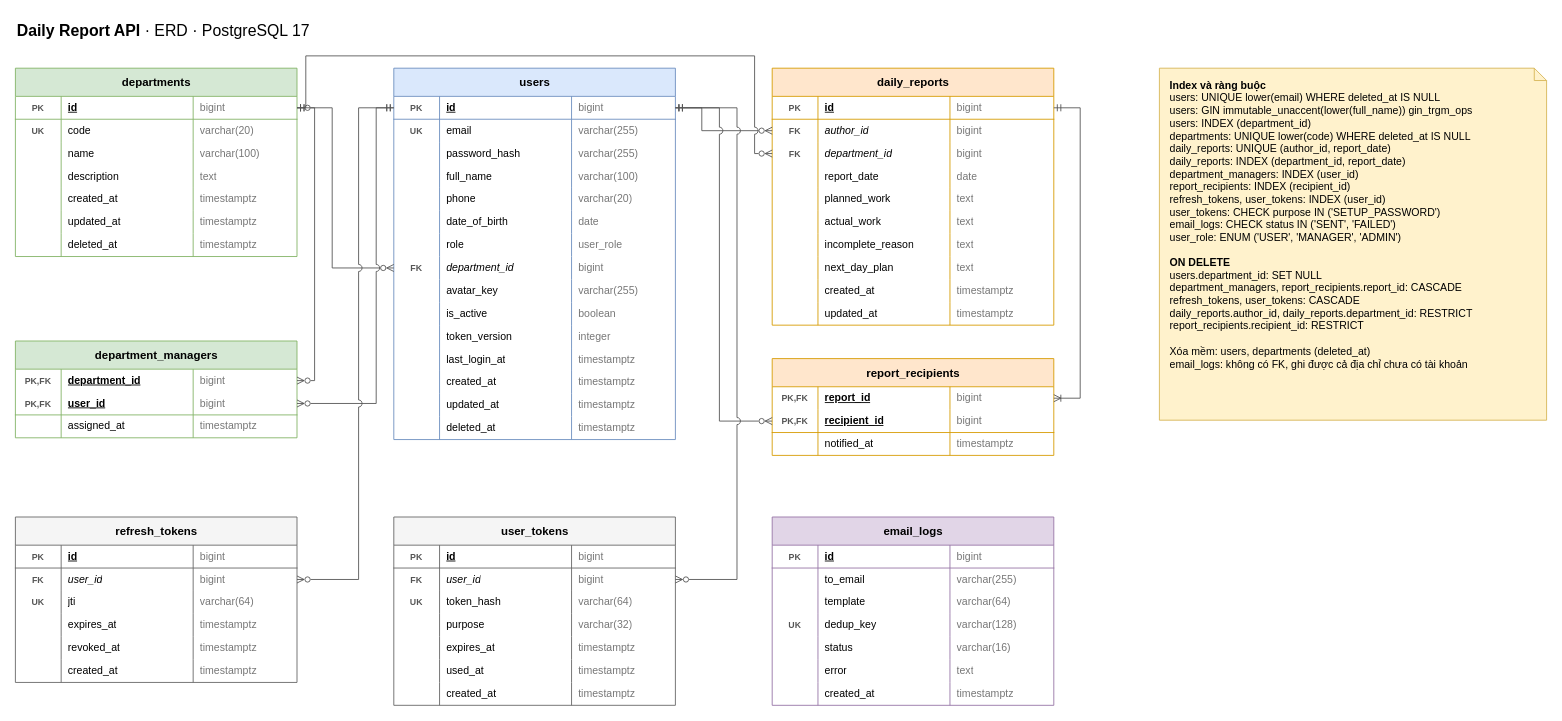
The draw.io diagram docs/database.drawio in awesome-academy/python-engineer26_daily-report-system-thanhld, before the edit. Source tidied: cells renumbered, new cells numbered last; positions are measured from the earlier drawing's top-left corner, leaving out a move shared by most shapes. Both pictures are drawn from the tidied source at 88%, with x=0, y=0 at pixel (15, 15).
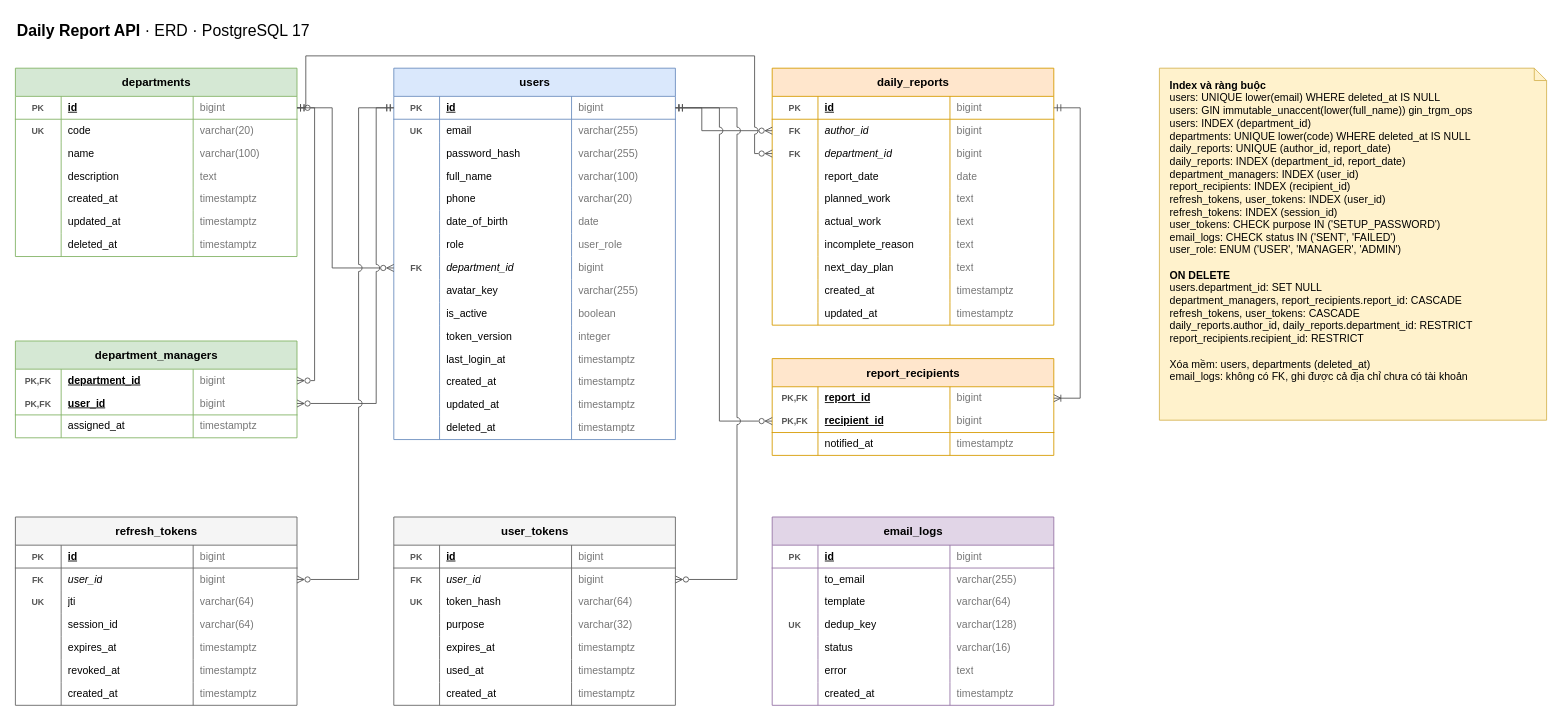
Above is the later version.

Commit message (it also covers changes not shown here):
docs: session_id của refresh_tokens trong database.md, ERD, api-design

Change to the diagram source:
```diff
@@
     <mxCell id="160" value="refresh_tokens" style="shape=table;startSize=32;childLayout=tableLayout;rowLines=0;fontStyle=1;align=center;html=1;fillColor=#f5f5f5;strokeColor=#666666;swimlaneFillColor=#ffffff;fontSize=13;" parent="1" vertex="1">
-      <mxGeometry y="570" width="320" height="188" as="geometry" />
+      <mxGeometry y="570" width="320" height="214" as="geometry" />
     </mxCell>
@@
+    <mxCell id="253" style="shape=tableRow;horizontal=0;startSize=0;swimlaneHead=0;swimlaneBody=0;fillColor=none;top=0;left=0;right=0;bottom=0;strokeColor=#666666;" parent="160" vertex="1">
+      <mxGeometry y="110" width="320" height="26" as="geometry" />
+    </mxCell>
+    <mxCell id="254" style="shape=partialRectangle;fillColor=none;top=0;left=0;bottom=0;right=0;overflow=hidden;whiteSpace=wrap;html=1;fontSize=12;fontStyle=1;fontColor=#555555;fontSize=10;" parent="253" vertex="1">
+      <mxGeometry width="52" height="26" as="geometry" />
+    </mxCell>
+    <mxCell id="255" value="session_id" style="shape=partialRectangle;fillColor=none;top=0;left=0;bottom=0;right=0;overflow=hidden;whiteSpace=wrap;html=1;fontSize=12;align=left;spacingLeft=6;fontStyle=0;" parent="253" vertex="1">
+      <mxGeometry x="52" width="150" height="26" as="geometry" />
+    </mxCell>
+    <mxCell id="256" value="varchar(64)" style="shape=partialRectangle;fillColor=none;top=0;left=0;bottom=0;right=0;overflow=hidden;whiteSpace=wrap;html=1;fontSize=12;align=left;spacingLeft=6;fontColor=#777777;" parent="253" vertex="1">
+      <mxGeometry x="202" width="118" height="26" as="geometry" />
+    </mxCell>
     <mxCell id="173" style="shape=tableRow;horizontal=0;startSize=0;swimlaneHead=0;swimlaneBody=0;fillColor=none;top=0;left=0;right=0;bottom=0;strokeColor=#666666;" parent="160" vertex="1">
-      <mxGeometry y="110" width="320" height="26" as="geometry" />
+      <mxGeometry y="136" width="320" height="26" as="geometry" />
     </mxCell>
@@
     <mxCell id="177" style="shape=tableRow;horizontal=0;startSize=0;swimlaneHead=0;swimlaneBody=0;fillColor=none;top=0;left=0;right=0;bottom=0;strokeColor=#666666;" parent="160" vertex="1">
-      <mxGeometry y="136" width="320" height="26" as="geometry" />
+      <mxGeometry y="162" width="320" height="26" as="geometry" />
     </mxCell>
@@
     <mxCell id="181" style="shape=tableRow;horizontal=0;startSize=0;swimlaneHead=0;swimlaneBody=0;fillColor=none;top=0;left=0;right=0;bottom=0;strokeColor=#666666;" parent="160" vertex="1">
-      <mxGeometry y="162" width="320" height="26" as="geometry" />
+      <mxGeometry y="188" width="320" height="26" as="geometry" />
     </mxCell>
@@
-    <mxCell id="252" value="&lt;b&gt;Index và ràng buộc&lt;/b&gt;&lt;br&gt;users: UNIQUE lower(email) WHERE deleted_at IS NULL&lt;br&gt;users: GIN immutable_unaccent(lower(full_name)) gin_trgm_ops&lt;br&gt;users: INDEX (department_id)&lt;br&gt;departments: UNIQUE lower(code) WHERE deleted_at IS NULL&lt;br&gt;daily_reports: UNIQUE (author_id, report_date)&lt;br&gt;daily_reports: INDEX (department_id, report_date)&lt;br&gt;department_managers: INDEX (user_id)&lt;br&gt;report_recipients: INDEX (recipient_id)&lt;br&gt;refresh_tokens, user_tokens: INDEX (user_id)&lt;br&gt;user_tokens: CHECK purpose IN ('SETUP_PASSWORD')&lt;br&gt;email_logs: CHECK status IN ('SENT', 'FAILED')&lt;br&gt;user_role: ENUM ('USER', 'MANAGER', 'ADMIN')&lt;br&gt;&lt;br&gt;&lt;b&gt;ON DELETE&lt;/b&gt;&lt;br&gt;users.department_id: SET NULL&lt;br&gt;department_managers, report_recipients.report_id: CASCADE&lt;br&gt;refresh_tokens, user_tokens: CASCADE&lt;br&gt;daily_reports.author_id, daily_reports.department_id: RESTRICT&lt;br&gt;report_recipients.recipient_id: RESTRICT&lt;br&gt;&lt;br&gt;Xóa mềm: users, departments (deleted_at)&lt;br&gt;email_logs: không có FK, ghi được cả địa chỉ chưa có tài khoản" style="shape=note;whiteSpace=wrap;html=1;size=14;align=left;verticalAlign=top;spacingLeft=10;spacingTop=6;fillColor=#fff2cc;strokeColor=#d6b656;fontSize=12;" parent="1" vertex="1">
+    <mxCell id="252" value="&lt;b&gt;Index và ràng buộc&lt;/b&gt;&lt;br&gt;users: UNIQUE lower(email) WHERE deleted_at IS NULL&lt;br&gt;users: GIN immutable_unaccent(lower(full_name)) gin_trgm_ops&lt;br&gt;users: INDEX (department_id)&lt;br&gt;departments: UNIQUE lower(code) WHERE deleted_at IS NULL&lt;br&gt;daily_reports: UNIQUE (author_id, report_date)&lt;br&gt;daily_reports: INDEX (department_id, report_date)&lt;br&gt;department_managers: INDEX (user_id)&lt;br&gt;report_recipients: INDEX (recipient_id)&lt;br&gt;refresh_tokens, user_tokens: INDEX (user_id)&lt;br&gt;refresh_tokens: INDEX (session_id)&lt;br&gt;user_tokens: CHECK purpose IN ('SETUP_PASSWORD')&lt;br&gt;email_logs: CHECK status IN ('SENT', 'FAILED')&lt;br&gt;user_role: ENUM ('USER', 'MANAGER', 'ADMIN')&lt;br&gt;&lt;br&gt;&lt;b&gt;ON DELETE&lt;/b&gt;&lt;br&gt;users.department_id: SET NULL&lt;br&gt;department_managers, report_recipients.report_id: CASCADE&lt;br&gt;refresh_tokens, user_tokens: CASCADE&lt;br&gt;daily_reports.author_id, daily_reports.department_id: RESTRICT&lt;br&gt;report_recipients.recipient_id: RESTRICT&lt;br&gt;&lt;br&gt;Xóa mềm: users, departments (deleted_at)&lt;br&gt;email_logs: không có FK, ghi được cả địa chỉ chưa có tài khoản" style="shape=note;whiteSpace=wrap;html=1;size=14;align=left;verticalAlign=top;spacingLeft=10;spacingTop=6;fillColor=#fff2cc;strokeColor=#d6b656;fontSize=12;" parent="1" vertex="1">
       <mxGeometry x="1300" y="60" width="440" height="400" as="geometry" />
     </mxCell>
```
